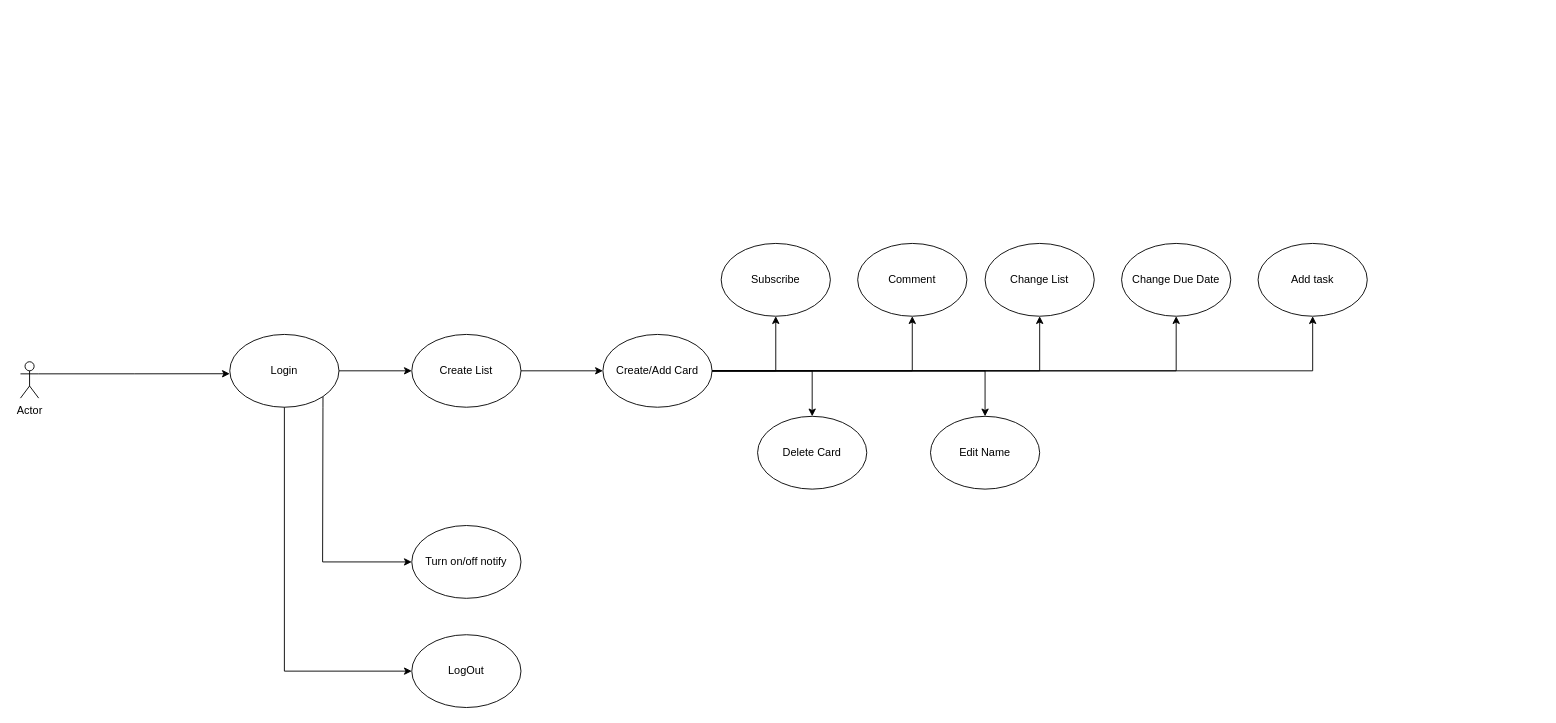
Earlier version of the draw.io diagram ProjectArchitecture/UseCase.drawio (BohdanZyshchyk/KanbanSystem). Source tidied: cells renumbered, new cells numbered last; positions are measured from the earlier drawing's top-left corner, leaving out a move shared by most shapes. Both pictures are drawn from the tidied source at 91%, with x=0, y=0 at pixel (20, 243).
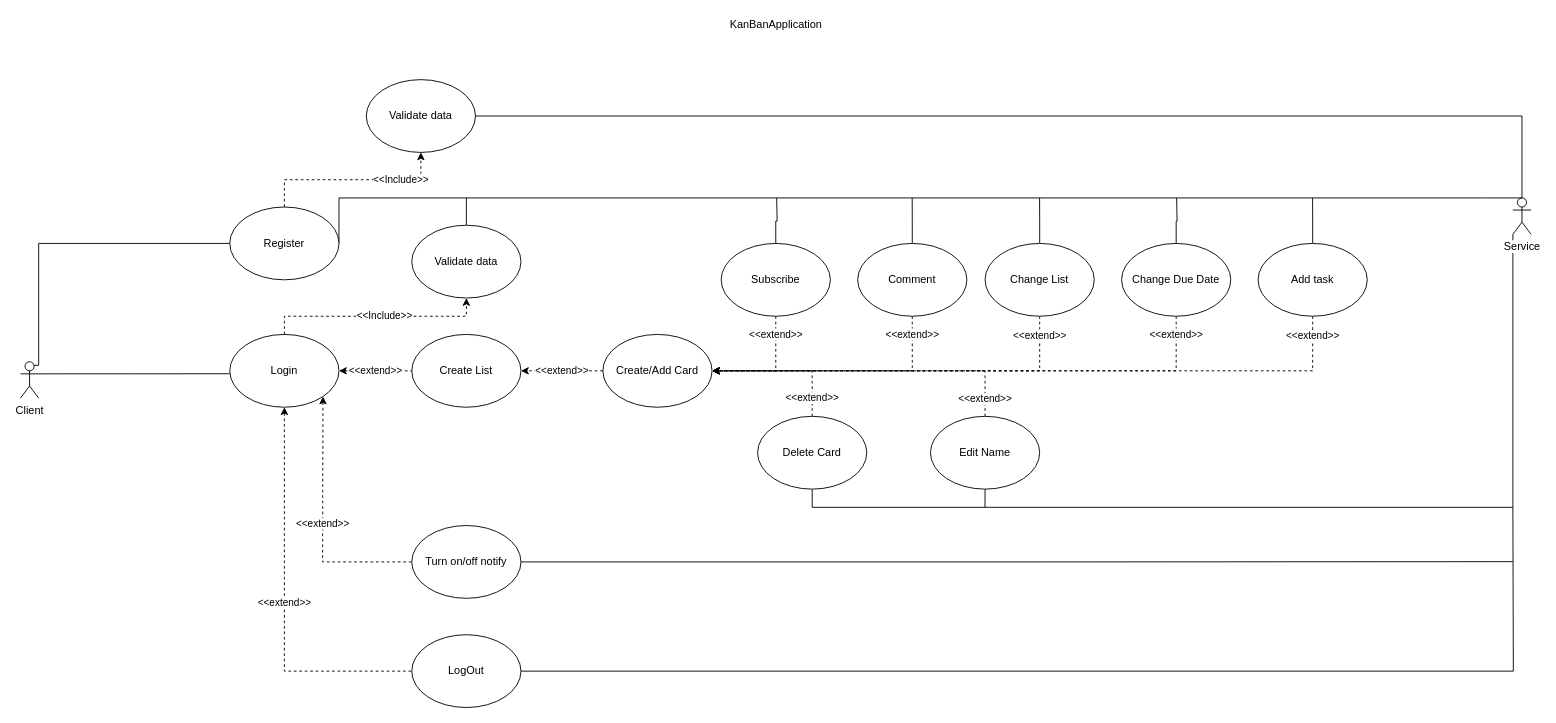
The same page after the edit.

Commit message:
Edited use case diagram

The change refers to these unchanged cells:
```xml
<mxCell id="6" value="Login" style="ellipse;whiteSpace=wrap;html=1;" parent="1" vertex="1">
  <mxGeometry x="230" y="100" width="120" height="80" as="geometry" />
</mxCell>
<mxCell id="8" value="Create List" style="ellipse;whiteSpace=wrap;html=1;" parent="1" vertex="1">
  <mxGeometry x="430" y="100" width="120" height="80" as="geometry" />
</mxCell>
<mxCell id="16" value="Create/Add Card" style="ellipse;whiteSpace=wrap;html=1;" parent="1" vertex="1">
  <mxGeometry x="640" y="100" width="120" height="80" as="geometry" />
</mxCell>
<mxCell id="17" value="Edit Name" style="ellipse;whiteSpace=wrap;html=1;" parent="1" vertex="1">
  <mxGeometry x="1000" y="190" width="120" height="80" as="geometry" />
</mxCell>
<mxCell id="18" value="Delete Card" style="ellipse;whiteSpace=wrap;html=1;" parent="1" vertex="1">
  <mxGeometry x="810" y="190" width="120" height="80" as="geometry" />
</mxCell>
<mxCell id="19" value="Add task" style="ellipse;whiteSpace=wrap;html=1;" parent="1" vertex="1">
  <mxGeometry x="1360" width="120" height="80" as="geometry" />
</mxCell>
<mxCell id="20" value="Change Due Date" style="ellipse;whiteSpace=wrap;html=1;" parent="1" vertex="1">
  <mxGeometry x="1210" width="120" height="80" as="geometry" />
</mxCell>
<mxCell id="21" value="Change List" style="ellipse;whiteSpace=wrap;html=1;" parent="1" vertex="1">
  <mxGeometry x="1060" width="120" height="80" as="geometry" />
</mxCell>
<mxCell id="22" value="Comment" style="ellipse;whiteSpace=wrap;html=1;" parent="1" vertex="1">
  <mxGeometry x="920" width="120" height="80" as="geometry" />
</mxCell>
<mxCell id="23" value="Subscribe" style="ellipse;whiteSpace=wrap;html=1;" parent="1" vertex="1">
  <mxGeometry x="770" width="120" height="80" as="geometry" />
</mxCell>
<mxCell id="24" value="Turn on/off notify" style="ellipse;whiteSpace=wrap;html=1;" parent="1" vertex="1">
  <mxGeometry x="430" y="310" width="120" height="80" as="geometry" />
</mxCell>
<mxCell id="25" value="LogOut" style="ellipse;whiteSpace=wrap;html=1;" parent="1" vertex="1">
  <mxGeometry x="430" y="430" width="120" height="80" as="geometry" />
</mxCell>
```

Change to the diagram source:
```diff
@@
-    <mxCell id="2" style="edgeStyle=orthogonalEdgeStyle;rounded=0;jettySize=auto;html=1;exitX=1;exitY=0.3333333333333333;exitDx=0;exitDy=0;exitPerimeter=0;entryX=0;entryY=0.54;entryDx=0;entryDy=0;entryPerimeter=0;" parent="1" edge="1" source="4" target="6">
+    <mxCell id="2" style="edgeStyle=orthogonalEdgeStyle;rounded=0;jettySize=auto;html=1;exitX=1;exitY=0.3333333333333333;exitDx=0;exitDy=0;exitPerimeter=0;entryX=0;entryY=0.54;entryDx=0;entryDy=0;entryPerimeter=0;endArrow=none;endFill=0;" parent="1" edge="1" source="4" target="6">
       <mxGeometry relative="1" as="geometry" />
     </mxCell>
-    <mxCell id="3" style="edgeStyle=orthogonalEdgeStyle;rounded=0;jettySize=auto;html=1;exitX=1;exitY=1;exitDx=0;exitDy=0;entryX=0;entryY=0.5;entryDx=0;entryDy=0;" parent="1" edge="1" source="6" target="24">
+    <mxCell id="3" value="&amp;lt;&amp;lt;extend&amp;gt;&amp;gt;" style="edgeStyle=orthogonalEdgeStyle;rounded=0;jettySize=auto;html=1;exitX=1;exitY=1;exitDx=0;exitDy=0;entryX=0;entryY=0.5;entryDx=0;entryDy=0;dashed=1;startArrow=classic;startFill=1;endArrow=none;endFill=0;" parent="1" edge="1" source="6" target="24">
       <mxGeometry relative="1" as="geometry">
         <Array as="points">
           <mxPoint x="332" y="180" />
           <mxPoint x="332" y="350" />
         </Array>
       </mxGeometry>
     </mxCell>
+    <mxCell id="27" style="edgeStyle=orthogonalEdgeStyle;rounded=0;jettySize=auto;html=1;exitX=0.75;exitY=0.1;exitDx=0;exitDy=0;exitPerimeter=0;entryX=0;entryY=0.5;entryDx=0;entryDy=0;endArrow=none;endFill=0;" parent="1" edge="1" source="4" target="43">
+      <mxGeometry relative="1" as="geometry">
+        <Array as="points">
+          <mxPoint x="20" y="134" />
+          <mxPoint x="20" />
+        </Array>
+      </mxGeometry>
+    </mxCell>
-    <mxCell id="4" value="Actor" style="shape=umlActor;verticalLabelPosition=bottom;labelBackgroundColor=#ffffff;verticalAlign=top;html=1;outlineConnect=0;" parent="1" vertex="1">
+    <mxCell id="4" value="Client&lt;br&gt;" style="shape=umlActor;verticalLabelPosition=bottom;labelBackgroundColor=#ffffff;verticalAlign=top;html=1;outlineConnect=0;" parent="1" vertex="1">
       <mxGeometry y="130" width="20" height="40" as="geometry" />
     </mxCell>
-    <mxCell id="5" style="edgeStyle=orthogonalEdgeStyle;rounded=0;jettySize=auto;html=1;exitX=1;exitY=0.5;exitDx=0;exitDy=0;entryX=0;entryY=0.5;entryDx=0;entryDy=0;" parent="1" edge="1" source="6" target="8">
-      <mxGeometry relative="1" as="geometry" />
+    <mxCell id="5" value="&amp;lt;&amp;lt;extend&amp;gt;&amp;gt;" style="edgeStyle=orthogonalEdgeStyle;rounded=0;jettySize=auto;html=1;exitX=1;exitY=0.5;exitDx=0;exitDy=0;entryX=0;entryY=0.5;entryDx=0;entryDy=0;dashed=1;endArrow=none;endFill=0;startArrow=classic;startFill=1;" parent="1" edge="1" source="6" target="8">
+      <mxGeometry relative="1" as="geometry">
+        <Array as="points">
+          <mxPoint x="390" y="140" />
+          <mxPoint x="390" y="140" />
+        </Array>
+      </mxGeometry>
     </mxCell>
@@
-    <mxCell id="7" style="edgeStyle=orthogonalEdgeStyle;rounded=0;jettySize=auto;html=1;" parent="1" edge="1" source="8" target="16">
+    <mxCell id="7" value="&amp;lt;&amp;lt;extend&amp;gt;&amp;gt;" style="edgeStyle=orthogonalEdgeStyle;rounded=0;jettySize=auto;html=1;dashed=1;" parent="1" edge="1" source="16" target="8">
       <mxGeometry relative="1" as="geometry" />
     </mxCell>
@@
-    <mxCell id="9" style="edgeStyle=orthogonalEdgeStyle;rounded=0;jettySize=auto;html=1;" parent="1" edge="1" source="16" target="23">
-      <mxGeometry relative="1" as="geometry" />
-    </mxCell>
-    <mxCell id="10" style="edgeStyle=orthogonalEdgeStyle;rounded=0;jettySize=auto;html=1;" parent="1" edge="1" source="16" target="22">
-      <mxGeometry relative="1" as="geometry" />
+    <mxCell id="10" value="&amp;lt;&amp;lt;extend&amp;gt;&amp;gt;" style="edgeStyle=orthogonalEdgeStyle;rounded=0;jettySize=auto;html=1;dashed=1;entryX=1;entryY=0.5;entryDx=0;entryDy=0;" parent="1" edge="1" source="22" target="16">
+      <mxGeometry x="-0.86" relative="1" as="geometry">
+        <Array as="points">
+          <mxPoint x="980" y="140" />
+        </Array>
+      </mxGeometry>
     </mxCell>
-    <mxCell id="11" style="edgeStyle=orthogonalEdgeStyle;rounded=0;jettySize=auto;html=1;" parent="1" edge="1" source="16" target="21">
-      <mxGeometry relative="1" as="geometry" />
+    <mxCell id="11" value="&amp;lt;&amp;lt;extend&amp;gt;&amp;gt;" style="edgeStyle=orthogonalEdgeStyle;rounded=0;jettySize=auto;html=1;dashed=1;" parent="1" edge="1" source="21" target="16">
+      <mxGeometry x="-0.9" relative="1" as="geometry">
+        <Array as="points">
+          <mxPoint x="1120" y="140" />
+        </Array>
+      </mxGeometry>
     </mxCell>
-    <mxCell id="12" style="edgeStyle=orthogonalEdgeStyle;rounded=0;jettySize=auto;html=1;" parent="1" edge="1" source="16" target="20">
-      <mxGeometry relative="1" as="geometry" />
+    <mxCell id="12" value="&amp;lt;&amp;lt;extend&amp;gt;&amp;gt;" style="edgeStyle=orthogonalEdgeStyle;rounded=0;jettySize=auto;html=1;dashed=1;" parent="1" edge="1" source="20" target="16">
+      <mxGeometry x="-0.93" relative="1" as="geometry">
+        <Array as="points">
+          <mxPoint x="1270" y="140" />
+        </Array>
+      </mxGeometry>
     </mxCell>
-    <mxCell id="13" style="edgeStyle=orthogonalEdgeStyle;rounded=0;jettySize=auto;html=1;" parent="1" edge="1" source="16" target="19">
-      <mxGeometry relative="1" as="geometry" />
+    <mxCell id="13" value="&amp;lt;&amp;lt;extend&amp;gt;&amp;gt;" style="edgeStyle=orthogonalEdgeStyle;rounded=0;jettySize=auto;html=1;dashed=1;" parent="1" edge="1" source="19" target="16">
+      <mxGeometry x="-0.94" relative="1" as="geometry">
+        <Array as="points">
+          <mxPoint x="1420" y="140" />
+        </Array>
+      </mxGeometry>
     </mxCell>
-    <mxCell id="14" style="edgeStyle=orthogonalEdgeStyle;rounded=0;jettySize=auto;html=1;" parent="1" edge="1" source="16" target="18">
-      <mxGeometry relative="1" as="geometry" />
+    <mxCell id="14" value="&amp;lt;&amp;lt;extend&amp;gt;&amp;gt;" style="edgeStyle=orthogonalEdgeStyle;rounded=0;jettySize=auto;html=1;dashed=1;" parent="1" edge="1" source="18" target="16">
+      <mxGeometry x="-0.75" relative="1" as="geometry">
+        <Array as="points">
+          <mxPoint x="870" y="140" />
+        </Array>
+      </mxGeometry>
     </mxCell>
-    <mxCell id="15" style="edgeStyle=orthogonalEdgeStyle;rounded=0;jettySize=auto;html=1;" parent="1" edge="1" source="16">
-      <mxGeometry relative="1" as="geometry">
-        <mxPoint x="1060" y="190" as="targetPoint" />
+    <mxCell id="15" value="&amp;lt;&amp;lt;extend&amp;gt;&amp;gt;" style="edgeStyle=orthogonalEdgeStyle;rounded=0;jettySize=auto;html=1;dashed=1;" parent="1" edge="1" target="16">
+      <mxGeometry x="-0.89" relative="1" as="geometry">
+        <mxPoint x="1060" y="190" as="sourcePoint" />
         <Array as="points">
           <mxPoint x="1060" y="140" />
         </Array>
       </mxGeometry>
     </mxCell>
@@
+    <mxCell id="28" style="edgeStyle=orthogonalEdgeStyle;rounded=0;jettySize=auto;html=1;exitX=0.5;exitY=1;exitDx=0;exitDy=0;startArrow=none;startFill=0;endArrow=none;endFill=0;" parent="1" edge="1" source="17">
+      <mxGeometry relative="1" as="geometry">
+        <mxPoint x="1059.9" y="290" as="targetPoint" />
+      </mxGeometry>
+    </mxCell>
@@
+    <mxCell id="29" style="edgeStyle=orthogonalEdgeStyle;rounded=0;jettySize=auto;html=1;startArrow=none;startFill=0;endArrow=none;endFill=0;" parent="1" edge="1" source="18">
+      <mxGeometry relative="1" as="geometry">
+        <mxPoint x="870" y="290" as="targetPoint" />
+      </mxGeometry>
+    </mxCell>
@@
+    <mxCell id="30" style="edgeStyle=orthogonalEdgeStyle;rounded=0;jettySize=auto;html=1;exitX=0.5;exitY=0;exitDx=0;exitDy=0;startArrow=none;startFill=0;endArrow=none;endFill=0;" parent="1" edge="1" source="19">
+      <mxGeometry relative="1" as="geometry">
+        <mxPoint x="1419.9" y="-50" as="targetPoint" />
+      </mxGeometry>
+    </mxCell>
@@
+    <mxCell id="31" style="edgeStyle=orthogonalEdgeStyle;rounded=0;jettySize=auto;html=1;exitX=0.5;exitY=0;exitDx=0;exitDy=0;startArrow=none;startFill=0;endArrow=none;endFill=0;" parent="1" edge="1" source="20">
+      <mxGeometry relative="1" as="geometry">
+        <mxPoint x="1270.5" y="-50" as="targetPoint" />
+      </mxGeometry>
+    </mxCell>
@@
+    <mxCell id="32" style="edgeStyle=orthogonalEdgeStyle;rounded=0;jettySize=auto;html=1;exitX=0.5;exitY=0;exitDx=0;exitDy=0;startArrow=none;startFill=0;endArrow=none;endFill=0;" parent="1" edge="1" source="21">
+      <mxGeometry relative="1" as="geometry">
+        <mxPoint x="1119.9" y="-50" as="targetPoint" />
+      </mxGeometry>
+    </mxCell>
@@
+    <mxCell id="33" style="edgeStyle=orthogonalEdgeStyle;rounded=0;jettySize=auto;html=1;exitX=0.5;exitY=0;exitDx=0;exitDy=0;startArrow=none;startFill=0;endArrow=none;endFill=0;" parent="1" edge="1" source="22">
+      <mxGeometry relative="1" as="geometry">
+        <mxPoint x="979.9" y="-50" as="targetPoint" />
+      </mxGeometry>
+    </mxCell>
@@
+    <mxCell id="34" style="edgeStyle=orthogonalEdgeStyle;rounded=0;jettySize=auto;html=1;exitX=0.5;exitY=0;exitDx=0;exitDy=0;startArrow=none;startFill=0;endArrow=none;endFill=0;" parent="1" edge="1" source="23">
+      <mxGeometry relative="1" as="geometry">
+        <mxPoint x="831" y="-50" as="targetPoint" />
+      </mxGeometry>
+    </mxCell>
@@
+    <mxCell id="35" style="edgeStyle=orthogonalEdgeStyle;rounded=0;jettySize=auto;html=1;exitX=1;exitY=0.5;exitDx=0;exitDy=0;startArrow=none;startFill=0;endArrow=none;endFill=0;" parent="1" edge="1" source="24">
+      <mxGeometry relative="1" as="geometry">
+        <mxPoint x="1640" y="349.7" as="targetPoint" />
+      </mxGeometry>
+    </mxCell>
@@
+    <mxCell id="36" style="edgeStyle=orthogonalEdgeStyle;rounded=0;jettySize=auto;html=1;exitX=1;exitY=0.5;exitDx=0;exitDy=0;startArrow=none;startFill=0;endArrow=none;endFill=0;" parent="1" edge="1" source="25">
+      <mxGeometry relative="1" as="geometry">
+        <mxPoint x="1640" y="290" as="targetPoint" />
+      </mxGeometry>
+    </mxCell>
@@
-    <mxCell id="26" style="edgeStyle=orthogonalEdgeStyle;rounded=0;jettySize=auto;html=1;entryX=0;entryY=0.5;entryDx=0;entryDy=0;exitX=0.5;exitY=1;exitDx=0;exitDy=0;" parent="1" edge="1" source="6">
+    <mxCell id="26" value="&amp;lt;&amp;lt;extend&amp;gt;&amp;gt;" style="edgeStyle=orthogonalEdgeStyle;rounded=0;jettySize=auto;html=1;entryX=0;entryY=0.5;entryDx=0;entryDy=0;exitX=0.5;exitY=1;exitDx=0;exitDy=0;dashed=1;endArrow=none;endFill=0;startArrow=classic;startFill=1;" parent="1" edge="1" source="6">
       <mxGeometry relative="1" as="geometry">
         <mxPoint x="430" y="470" as="targetPoint" />
         <Array as="points">
           <mxPoint x="290" y="470" />
         </Array>
       </mxGeometry>
     </mxCell>
+    <mxCell id="9" value="&amp;lt;&amp;lt;extend&amp;gt;&amp;gt;" style="edgeStyle=orthogonalEdgeStyle;rounded=0;jettySize=auto;html=1;dashed=1;" parent="1" edge="1" source="23" target="16">
+      <mxGeometry x="-0.69" relative="1" as="geometry">
+        <Array as="points">
+          <mxPoint x="830" y="140" />
+        </Array>
+      </mxGeometry>
+    </mxCell>
+    <mxCell id="37" value="KanBanApplication" style="text;html=1;align=center;verticalAlign=middle;" parent="1" vertex="1">
+      <mxGeometry x="770" y="-250" width="120" height="20" as="geometry" />
+    </mxCell>
+    <mxCell id="38" style="edgeStyle=orthogonalEdgeStyle;rounded=0;jettySize=auto;html=1;exitX=0.5;exitY=0;exitDx=0;exitDy=0;exitPerimeter=0;entryX=1;entryY=0.5;entryDx=0;entryDy=0;startArrow=none;startFill=0;endArrow=none;endFill=0;" parent="1" edge="1" source="40" target="44">
+      <mxGeometry relative="1" as="geometry" />
+    </mxCell>
+    <mxCell id="39" style="edgeStyle=orthogonalEdgeStyle;rounded=0;jettySize=auto;html=1;exitX=0;exitY=1;exitDx=0;exitDy=0;exitPerimeter=0;startArrow=none;startFill=0;endArrow=none;endFill=0;" parent="1" edge="1" source="40">
+      <mxGeometry relative="1" as="geometry">
+        <mxPoint x="870" y="290" as="targetPoint" />
+        <Array as="points">
+          <mxPoint x="1640" y="290" />
+        </Array>
+      </mxGeometry>
+    </mxCell>
+    <mxCell id="40" value="Service" style="shape=umlActor;verticalLabelPosition=bottom;labelBackgroundColor=#ffffff;verticalAlign=top;html=1;outlineConnect=0;" parent="1" vertex="1">
+      <mxGeometry x="1640" y="-50" width="20" height="40" as="geometry" />
+    </mxCell>
+    <mxCell id="41" value="&amp;lt;&amp;lt;Include&amp;gt;&amp;gt;" style="edgeStyle=orthogonalEdgeStyle;rounded=0;jettySize=auto;html=1;exitX=0.5;exitY=0;exitDx=0;exitDy=0;entryX=0.5;entryY=1;entryDx=0;entryDy=0;endArrow=classic;endFill=1;dashed=1;startArrow=none;startFill=0;" parent="1" edge="1" source="43" target="44">
+      <mxGeometry x="0.5" relative="1" as="geometry" />
+    </mxCell>
+    <mxCell id="42" style="edgeStyle=orthogonalEdgeStyle;rounded=0;jettySize=auto;html=1;entryX=0.5;entryY=0;entryDx=0;entryDy=0;entryPerimeter=0;startArrow=none;startFill=0;endArrow=none;endFill=0;exitX=1;exitY=0.5;exitDx=0;exitDy=0;" parent="1" edge="1" source="43" target="40">
+      <mxGeometry relative="1" as="geometry">
+        <Array as="points">
+          <mxPoint x="350" y="-50" />
+          <mxPoint x="1610" y="-50" />
+        </Array>
+      </mxGeometry>
+    </mxCell>
+    <mxCell id="43" value="Register" style="ellipse;whiteSpace=wrap;html=1;" parent="1" vertex="1">
+      <mxGeometry x="230" y="-40" width="120" height="80" as="geometry" />
+    </mxCell>
+    <mxCell id="44" value="Validate data" style="ellipse;whiteSpace=wrap;html=1;" parent="1" vertex="1">
+      <mxGeometry x="380" y="-180" width="120" height="80" as="geometry" />
+    </mxCell>
+    <mxCell id="45" value="&amp;lt;&amp;lt;Include&amp;gt;&amp;gt;" style="edgeStyle=orthogonalEdgeStyle;rounded=0;jettySize=auto;html=1;exitX=0.5;exitY=0;exitDx=0;exitDy=0;entryX=0.5;entryY=1;entryDx=0;entryDy=0;endArrow=classic;endFill=1;dashed=1;startArrow=none;startFill=0;" parent="1" edge="1" source="6" target="47">
+      <mxGeometry x="0.08" relative="1" as="geometry" />
+    </mxCell>
+    <mxCell id="46" style="edgeStyle=orthogonalEdgeStyle;rounded=0;jettySize=auto;html=1;startArrow=none;startFill=0;endArrow=none;endFill=0;" parent="1" edge="1" source="47">
+      <mxGeometry relative="1" as="geometry">
+        <mxPoint x="490" y="-50" as="targetPoint" />
+      </mxGeometry>
+    </mxCell>
+    <mxCell id="47" value="Validate data" style="ellipse;whiteSpace=wrap;html=1;" parent="1" vertex="1">
+      <mxGeometry x="430" y="-20" width="120" height="80" as="geometry" />
+    </mxCell>
```
